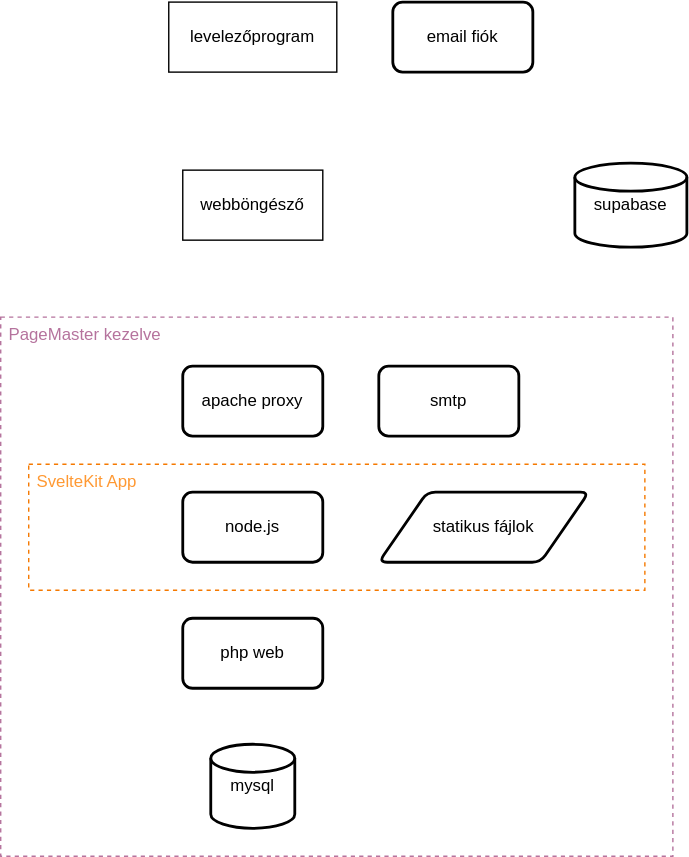
This is skanzen-folyamatábra.svg from boczpeter/notes, a draw.io export, as it was before one commit. Source tidied: cells renumbered, new cells last; positions are measured from the earlier drawing's top-left corner, leaving out a move shared by most shapes.
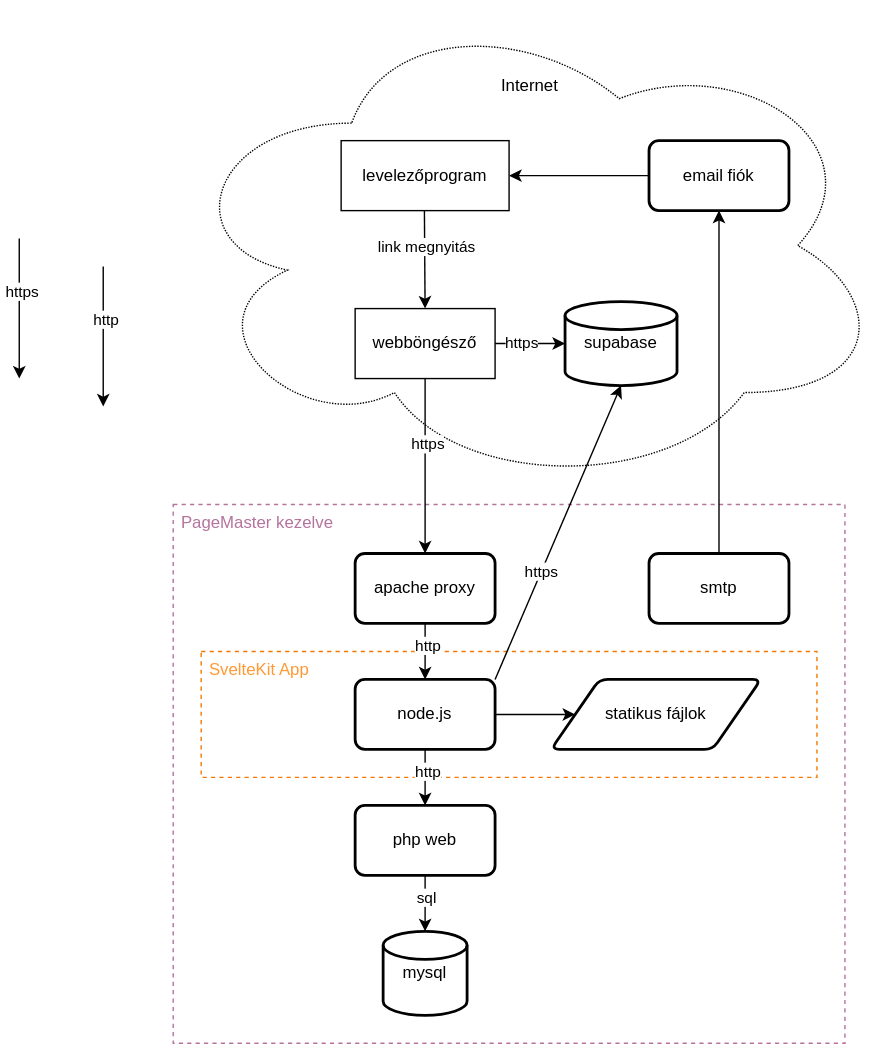
After the change.

The edit, as a diff of the source:
```diff
@@ -2,6 +2,12 @@
   <root>
     <mxCell id="0" />
     <mxCell id="1" parent="0" />
+    <mxCell id="14" value="&lt;div align=&quot;center&quot;&gt;Internet&lt;/div&gt;" style="ellipse;shape=cloud;whiteSpace=wrap;html=1;align=center;verticalAlign=top;spacingTop=47;dashed=1;dashPattern=1 1;strokeWidth=1;perimeterSpacing=0;shadow=0;" parent="1" vertex="1">
+      <mxGeometry y="-135" width="510" height="350" as="geometry" />
+    </mxCell>
+    <mxCell id="13" value="&lt;div&gt;PageMaster kezelve&lt;br&gt;&lt;/div&gt;" style="rounded=0;whiteSpace=wrap;html=1;dashed=1;align=left;verticalAlign=top;labelBackgroundColor=none;spacing=1;spacingLeft=5;fillColor=none;strokeColor=#B5739D;fontColor=#B5739D;labelBorderColor=none;" parent="1" vertex="1">
+      <mxGeometry y="225" width="480" height="385" as="geometry" />
+    </mxCell>
     <mxCell id="2" value="&lt;div&gt;SvelteKit App&lt;br&gt;&lt;/div&gt;" style="rounded=0;whiteSpace=wrap;html=1;dashed=1;align=left;verticalAlign=top;labelBackgroundColor=none;spacing=1;spacingLeft=5;fillColor=none;strokeColor=#f57900;fontColor=#FF9933;" parent="1" vertex="1">
       <mxGeometry x="20" y="330" width="440" height="90" as="geometry" />
     </mxCell>
@@ -18,25 +24,93 @@
       <mxGeometry x="270" y="350" width="150" height="50" as="geometry" />
     </mxCell>
     <mxCell id="7" value="smtp" style="rounded=1;whiteSpace=wrap;html=1;absoluteArcSize=1;arcSize=14;strokeWidth=2;" parent="1" vertex="1">
-      <mxGeometry x="270" y="260" width="100" height="50" as="geometry" />
+      <mxGeometry x="340" y="260" width="100" height="50" as="geometry" />
     </mxCell>
     <mxCell id="8" value="apache proxy" style="rounded=1;whiteSpace=wrap;html=1;absoluteArcSize=1;arcSize=14;strokeWidth=2;" parent="1" vertex="1">
       <mxGeometry x="130" y="260" width="100" height="50" as="geometry" />
     </mxCell>
     <mxCell id="9" value="supabase" style="strokeWidth=2;html=1;shape=mxgraph.flowchart.database;whiteSpace=wrap;" parent="1" vertex="1">
-      <mxGeometry x="410" y="115" width="80" height="60" as="geometry" />
+      <mxGeometry x="280" y="80" width="80" height="60" as="geometry" />
     </mxCell>
     <mxCell id="10" value="webböngésző" style="rounded=0;whiteSpace=wrap;html=1;" parent="1" vertex="1">
-      <mxGeometry x="130" y="120" width="100" height="50" as="geometry" />
+      <mxGeometry x="130" y="85" width="100" height="50" as="geometry" />
     </mxCell>
     <mxCell id="11" value="levelezőprogram" style="rounded=0;whiteSpace=wrap;html=1;" parent="1" vertex="1">
-      <mxGeometry x="120" width="120" height="50" as="geometry" />
+      <mxGeometry x="120" y="-35" width="120" height="50" as="geometry" />
     </mxCell>
     <mxCell id="12" value="email fiók" style="rounded=1;whiteSpace=wrap;html=1;absoluteArcSize=1;arcSize=14;strokeWidth=2;" parent="1" vertex="1">
-      <mxGeometry x="280" width="100" height="50" as="geometry" />
+      <mxGeometry x="340" y="-35" width="100" height="50" as="geometry" />
     </mxCell>
-    <mxCell id="13" value="&lt;div&gt;PageMaster kezelve&lt;br&gt;&lt;/div&gt;" style="rounded=0;whiteSpace=wrap;html=1;dashed=1;align=left;verticalAlign=top;labelBackgroundColor=none;spacing=1;spacingLeft=5;fillColor=none;strokeColor=#B5739D;fontColor=#B5739D;labelBorderColor=none;" parent="1" vertex="1">
-      <mxGeometry y="225" width="480" height="385" as="geometry" />
-    </mxCell>
+    <mxCell id="15" style="endArrow=classic;html=1;rounded=0;exitX=0.5;exitY=1;exitDx=0;exitDy=0;entryX=0.5;entryY=0;entryDx=0;entryDy=0;" parent="1" edge="1" source="10" target="8">
+      <mxGeometry relative="1" as="geometry" />
+    </mxCell>
+    <mxCell id="16" value="&lt;div&gt;https&lt;/div&gt;" style="edgeLabel;html=1;align=center;verticalAlign=middle;" parent="15" vertex="1">
+      <mxGeometry x="-0.27" y="1" relative="1" as="geometry" />
+    </mxCell>
+    <mxCell id="17" style="endArrow=classic;html=1;rounded=0;exitX=0.5;exitY=1;exitDx=0;exitDy=0;entryX=0.5;entryY=0;entryDx=0;entryDy=0;" parent="1" edge="1" target="10">
+      <mxGeometry relative="1" as="geometry">
+        <mxPoint x="179.5" y="15" as="sourcePoint" />
+      </mxGeometry>
+    </mxCell>
+    <mxCell id="18" value="link megnyitás" style="edgeLabel;html=1;align=center;verticalAlign=middle;" parent="17" vertex="1">
+      <mxGeometry x="-0.27" y="1" relative="1" as="geometry" />
+    </mxCell>
+    <mxCell id="19" style="endArrow=classic;html=1;rounded=0;" parent="1" edge="1">
+      <mxGeometry relative="1" as="geometry">
+        <mxPoint x="-110" y="35" as="sourcePoint" />
+        <mxPoint x="-110" y="135" as="targetPoint" />
+      </mxGeometry>
+    </mxCell>
+    <mxCell id="20" value="&lt;div&gt;https&lt;/div&gt;" style="edgeLabel;html=1;align=center;verticalAlign=middle;" parent="19" vertex="1">
+      <mxGeometry x="-0.27" y="1" relative="1" as="geometry" />
+    </mxCell>
+    <mxCell id="21" style="endArrow=classic;html=1;rounded=0;exitX=1;exitY=0;exitDx=0;exitDy=0;entryX=0.5;entryY=1;entryDx=0;entryDy=0;entryPerimeter=0;" parent="1" edge="1" source="5" target="9">
+      <mxGeometry relative="1" as="geometry" />
+    </mxCell>
+    <mxCell id="22" value="&lt;div&gt;https&lt;/div&gt;" style="edgeLabel;html=1;align=center;verticalAlign=middle;" parent="21" vertex="1">
+      <mxGeometry x="-0.27" y="1" relative="1" as="geometry" />
+    </mxCell>
+    <mxCell id="23" style="endArrow=classic;html=1;rounded=0;exitX=1;exitY=0.5;exitDx=0;exitDy=0;entryX=0;entryY=0.5;entryDx=0;entryDy=0;entryPerimeter=0;" parent="1" edge="1" source="10" target="9">
+      <mxGeometry relative="1" as="geometry" />
+    </mxCell>
+    <mxCell id="24" value="&lt;div&gt;https&lt;/div&gt;" style="edgeLabel;html=1;align=center;verticalAlign=middle;" parent="23" vertex="1">
+      <mxGeometry x="-0.27" y="1" relative="1" as="geometry" />
+    </mxCell>
+    <mxCell id="25" style="endArrow=classic;html=1;rounded=0;exitX=0;exitY=0.5;exitDx=0;exitDy=0;entryX=1;entryY=0.5;entryDx=0;entryDy=0;" parent="1" edge="1" source="12" target="11">
+      <mxGeometry relative="1" as="geometry" />
+    </mxCell>
+    <mxCell id="26" style="endArrow=classic;html=1;rounded=0;entryX=0.5;entryY=1;entryDx=0;entryDy=0;exitX=0.5;exitY=0;exitDx=0;exitDy=0;" parent="1" edge="1" source="7" target="12">
+      <mxGeometry relative="1" as="geometry" />
+    </mxCell>
+    <mxCell id="27" style="endArrow=classic;html=1;rounded=0;" parent="1" edge="1">
+      <mxGeometry relative="1" as="geometry">
+        <mxPoint x="-50" y="55" as="sourcePoint" />
+        <mxPoint x="-50" y="155" as="targetPoint" />
+      </mxGeometry>
+    </mxCell>
+    <mxCell id="28" value="&lt;div&gt;http&lt;/div&gt;" style="edgeLabel;html=1;align=center;verticalAlign=middle;" parent="27" vertex="1">
+      <mxGeometry x="-0.27" y="1" relative="1" as="geometry" />
+    </mxCell>
+    <mxCell id="29" style="endArrow=classic;html=1;rounded=0;exitX=0.5;exitY=1;exitDx=0;exitDy=0;entryX=0.5;entryY=0;entryDx=0;entryDy=0;" parent="1" edge="1" source="5" target="3">
+      <mxGeometry relative="1" as="geometry" />
+    </mxCell>
+    <mxCell id="30" value="&lt;div&gt;http&lt;/div&gt;" style="edgeLabel;html=1;align=center;verticalAlign=middle;" parent="29" vertex="1">
+      <mxGeometry x="-0.27" y="1" relative="1" as="geometry" />
+    </mxCell>
+    <mxCell id="31" style="endArrow=classic;html=1;rounded=0;exitX=0.5;exitY=1;exitDx=0;exitDy=0;entryX=0.5;entryY=0;entryDx=0;entryDy=0;" parent="1" edge="1" source="8" target="5">
+      <mxGeometry relative="1" as="geometry" />
+    </mxCell>
+    <mxCell id="32" value="&lt;div&gt;http&lt;/div&gt;" style="edgeLabel;html=1;align=center;verticalAlign=middle;" parent="31" vertex="1">
+      <mxGeometry x="-0.27" y="1" relative="1" as="geometry" />
+    </mxCell>
+    <mxCell id="33" style="endArrow=classic;html=1;rounded=0;exitX=0.5;exitY=1;exitDx=0;exitDy=0;entryX=0.5;entryY=0;entryDx=0;entryDy=0;entryPerimeter=0;" parent="1" edge="1" source="3" target="4">
+      <mxGeometry relative="1" as="geometry" />
+    </mxCell>
+    <mxCell id="34" value="sql" style="edgeLabel;html=1;align=center;verticalAlign=middle;" parent="33" vertex="1">
+      <mxGeometry x="-0.25" relative="1" as="geometry" />
+    </mxCell>
+    <mxCell id="35" style="endArrow=classic;html=1;rounded=0;exitX=1;exitY=0.5;exitDx=0;exitDy=0;" parent="1" edge="1" source="5" target="6">
+      <mxGeometry relative="1" as="geometry" />
+    </mxCell>
   </root>
 </mxGraphModel>
```
